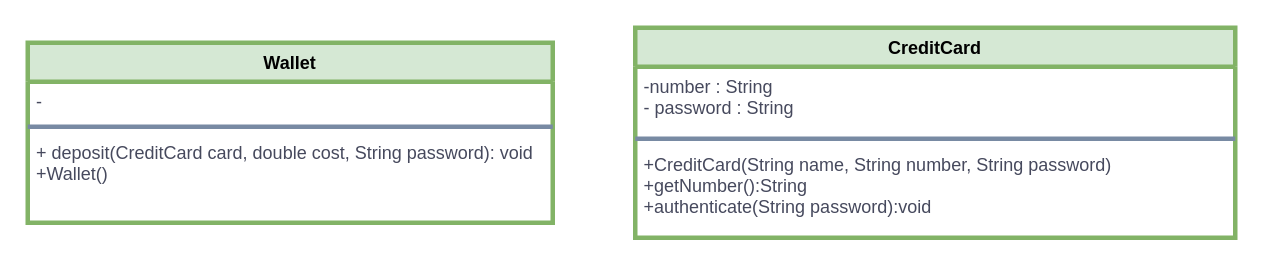
mazenhesham17/EPayment keeps this draw.io diagram as page "Balance" (3 of 15) of Untitled Diagram.drawio. Above is the earlier version. Source tidied: cells renumbered, new cells numbered last; positions are measured from the earlier drawing's top-left corner, leaving out a move shared by most shapes. Both pictures are drawn from the tidied source at 150%, with x=0, y=0 at pixel (27, 27).
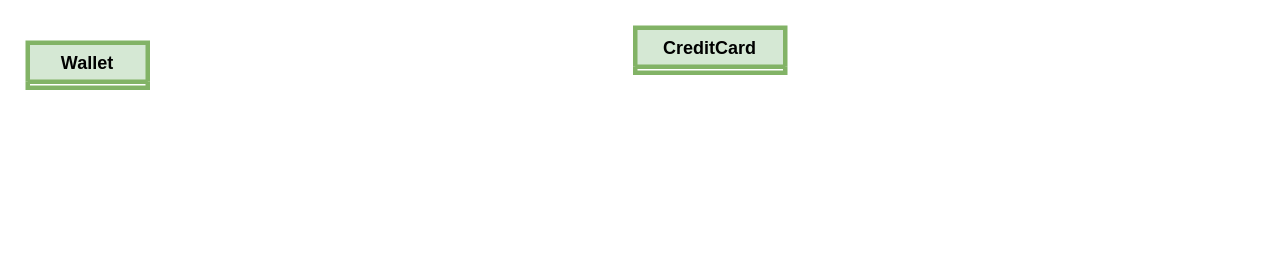
After the change.

Diff of the diagram source:
```diff
@@
 <mxGraphModel>
   <root>
     <mxCell id="0" />
     <mxCell id="1" parent="0" />
-    <mxCell id="2" value="CreditCard" style="swimlane;fontStyle=1;align=center;verticalAlign=top;horizontal=1;startSize=26;fontSize=12;fillColor=#d5e8d4;strokeColor=#82b366;rounded=0;strokeWidth=3;" parent="1" vertex="1">
-      <mxGeometry x="405" width="400" height="140" as="geometry" />
+    <mxCell id="2" value="CreditCard" style="swimlane;fontStyle=1;align=center;verticalAlign=top;horizontal=1;startSize=26;fontSize=12;fillColor=#d5e8d4;strokeColor=#82b366;rounded=0;strokeWidth=3;" parent="1" vertex="1" collapsed="1">
+      <mxGeometry x="405" width="100" height="30" as="geometry" />
     </mxCell>
-    <mxCell id="3" value="-number : String&amp;nbsp;&lt;br style=&quot;font-size: 12px;&quot;&gt;- password : String" style="text;strokeColor=none;fillColor=none;align=left;verticalAlign=top;spacingLeft=4;spacingRight=4;overflow=hidden;fontSize=12;fontColor=#46495D;rounded=0;html=1;strokeWidth=3;" parent="2" vertex="1">
-      <mxGeometry y="26" width="400" height="44" as="geometry" />
-    </mxCell>
-    <mxCell id="4" style="line;strokeWidth=3;fillColor=none;align=left;verticalAlign=middle;spacingTop=-1;spacingLeft=3;spacingRight=3;labelPosition=right;fontSize=12;strokeColor=#788AA3;fontColor=#46495D;rounded=0;" parent="2" vertex="1">
-      <mxGeometry y="70" width="400" height="8" as="geometry" />
-    </mxCell>
-    <mxCell id="5" value="+CreditCard(String name, String number, String password)&#10;+getNumber():String&#10;+authenticate(String password):void&#10;" style="text;strokeColor=none;fillColor=none;align=left;verticalAlign=top;spacingLeft=4;spacingRight=4;overflow=hidden;fontSize=12;fontColor=#46495D;rounded=0;strokeWidth=3;" parent="2" vertex="1">
-      <mxGeometry y="78" width="400" height="62" as="geometry" />
-    </mxCell>
-    <mxCell id="6" value="Wallet" style="swimlane;fontStyle=1;align=center;verticalAlign=top;horizontal=1;startSize=26;strokeColor=#82b366;fillColor=#d5e8d4;rounded=0;fontSize=12;strokeWidth=3;" parent="1" vertex="1">
-      <mxGeometry y="10" width="350" height="120" as="geometry" />
+    <mxCell id="6" value="Wallet" style="swimlane;fontStyle=1;align=center;verticalAlign=top;horizontal=1;startSize=26;strokeColor=#82b366;fillColor=#d5e8d4;rounded=0;fontSize=12;strokeWidth=3;" parent="1" vertex="1" collapsed="1">
+      <mxGeometry y="10" width="80" height="30" as="geometry" />
     </mxCell>
-    <mxCell id="7" value="- " style="text;strokeColor=none;fillColor=none;align=left;verticalAlign=top;spacingLeft=4;spacingRight=4;overflow=hidden;fontColor=#46495D;rounded=0;fontSize=12;strokeWidth=3;" parent="6" vertex="1">
-      <mxGeometry y="26" width="350" height="26" as="geometry" />
-    </mxCell>
-    <mxCell id="8" style="line;strokeWidth=3;fillColor=none;align=left;verticalAlign=middle;spacingTop=-1;spacingLeft=3;spacingRight=3;labelPosition=right;fontColor=#46495D;rounded=0;strokeColor=#788AA3;fontSize=12;" parent="6" vertex="1">
-      <mxGeometry y="52" width="350" height="8" as="geometry" />
-    </mxCell>
-    <mxCell id="9" value="+ deposit(CreditCard card, double cost, String password): void&#10;+Wallet()&#10;" style="text;strokeColor=none;fillColor=none;align=left;verticalAlign=top;spacingLeft=4;spacingRight=4;overflow=hidden;fontColor=#46495D;rounded=0;fontSize=12;strokeWidth=3;" parent="6" vertex="1">
-      <mxGeometry y="60" width="350" height="60" as="geometry" />
-    </mxCell>
   </root>
 </mxGraphModel>
```
